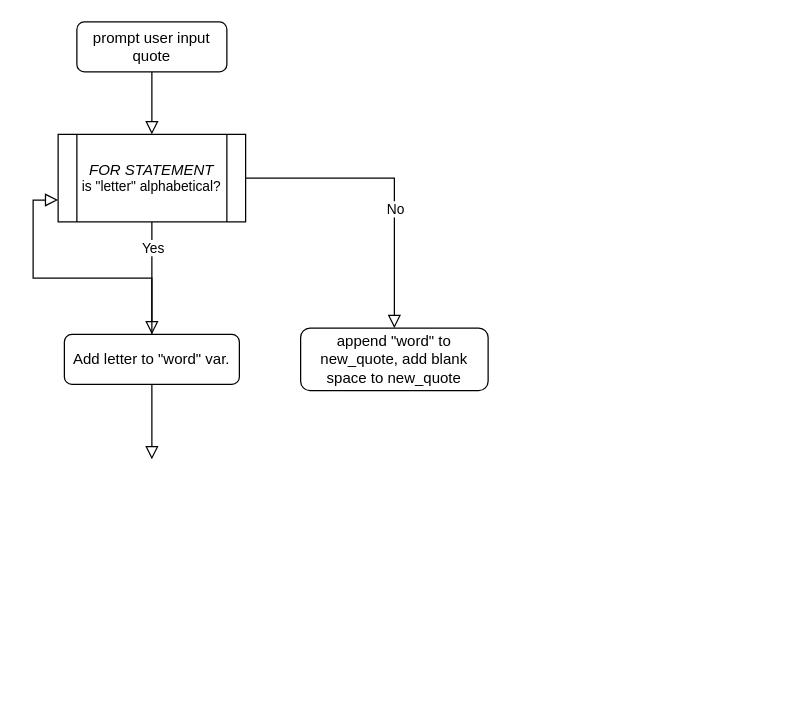
The draw.io diagram 1027 task 7.drawio in bowerbirdblue/bowerbirdblue, before the edit. Source tidied: cells renumbered, new cells numbered last; positions are measured from the earlier drawing's top-left corner, leaving out a move shared by most shapes. Both pictures are drawn from the tidied source at 125%, with x=0, y=0 at pixel (58, 21).
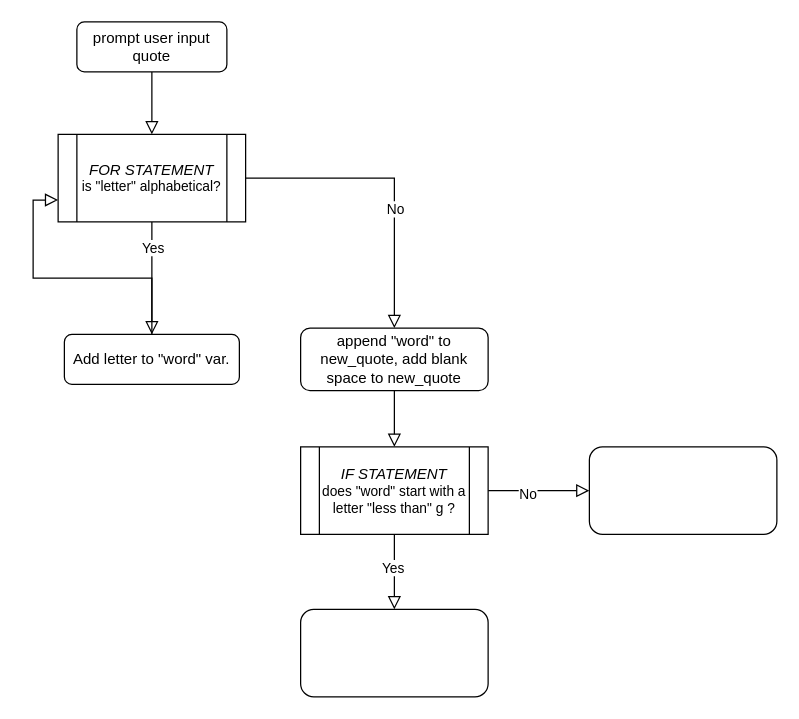
The same diagram, later.

Unchanged cells that the change refers to:
```xml
<mxCell id="4" value="append &quot;word&quot; to new_quote, add blank space to new_quote" style="rounded=1;whiteSpace=wrap;html=1;fontSize=12;glass=0;strokeWidth=1;shadow=0;" parent="1" vertex="1">
  <mxGeometry x="194" y="245" width="150" height="50" as="geometry" />
</mxCell>
<mxCell id="7" value="Add letter to &quot;word&quot; var." style="rounded=1;whiteSpace=wrap;html=1;" parent="1" vertex="1">
  <mxGeometry x="5" y="250" width="140" height="40" as="geometry" />
</mxCell>
```

Change to the diagram source:
```diff
@@
+    <mxCell id="13" style="edgeStyle=orthogonalEdgeStyle;shape=connector;rounded=0;jettySize=auto;html=1;entryX=0.5;entryY=0;entryDx=0;entryDy=0;shadow=0;labelBackgroundColor=none;strokeColor=default;strokeWidth=1;align=center;verticalAlign=middle;fontFamily=Helvetica;fontSize=11;fontColor=default;endArrow=block;endFill=0;endSize=8;" parent="1" edge="1" source="4" target="18">
+      <mxGeometry relative="1" as="geometry" />
+    </mxCell>
@@
-    <mxCell id="5" style="edgeStyle=orthogonalEdgeStyle;shape=connector;rounded=0;jettySize=auto;html=1;shadow=0;labelBackgroundColor=none;strokeColor=default;strokeWidth=1;align=center;verticalAlign=middle;fontFamily=Helvetica;fontSize=11;fontColor=default;endArrow=block;endFill=0;endSize=8;" parent="1" edge="1" source="7">
-      <mxGeometry relative="1" as="geometry">
-        <mxPoint x="75" y="350" as="targetPoint" />
-      </mxGeometry>
-    </mxCell>
@@
+    <mxCell id="14" style="edgeStyle=orthogonalEdgeStyle;shape=connector;rounded=0;jettySize=auto;html=1;entryX=0.5;entryY=0;entryDx=0;entryDy=0;shadow=0;labelBackgroundColor=none;strokeColor=default;strokeWidth=1;align=center;verticalAlign=middle;fontFamily=Helvetica;fontSize=11;fontColor=default;endArrow=block;endFill=0;endSize=8;" parent="1" edge="1" source="18" target="19">
+      <mxGeometry relative="1" as="geometry" />
+    </mxCell>
+    <mxCell id="15" value="Yes" style="edgeLabel;html=1;align=center;verticalAlign=middle;fontSize=11;fontFamily=Helvetica;fontColor=default;" parent="14" vertex="1">
+      <mxGeometry x="-0.14" y="-2" relative="1" as="geometry" />
+    </mxCell>
+    <mxCell id="16" style="edgeStyle=orthogonalEdgeStyle;shape=connector;rounded=0;jettySize=auto;html=1;entryX=0;entryY=0.5;entryDx=0;entryDy=0;shadow=0;labelBackgroundColor=none;strokeColor=default;strokeWidth=1;align=center;verticalAlign=middle;fontFamily=Helvetica;fontSize=11;fontColor=default;endArrow=block;endFill=0;endSize=8;" parent="1" edge="1" source="18" target="20">
+      <mxGeometry relative="1" as="geometry" />
+    </mxCell>
+    <mxCell id="17" value="No" style="edgeLabel;html=1;align=center;verticalAlign=middle;fontSize=11;fontFamily=Helvetica;fontColor=default;" parent="16" vertex="1">
+      <mxGeometry x="-0.23" y="-2" relative="1" as="geometry" />
+    </mxCell>
+    <mxCell id="18" value="&lt;i style=&quot;border-color: var(--border-color); font-size: 12px;&quot;&gt;IF STATEMENT&lt;/i&gt;&lt;br style=&quot;border-color: var(--border-color); font-size: 12px;&quot;&gt;does &quot;word&quot; start with a letter &quot;less than&quot; g ?" style="shape=process;whiteSpace=wrap;html=1;backgroundOutline=1;fontFamily=Helvetica;fontSize=11;fontColor=default;" parent="1" vertex="1">
+      <mxGeometry x="194" y="340" width="150" height="70" as="geometry" />
+    </mxCell>
+    <mxCell id="19" style="rounded=1;whiteSpace=wrap;html=1;fontFamily=Helvetica;fontSize=11;fontColor=default;" parent="1" vertex="1">
+      <mxGeometry x="194" y="470" width="150" height="70" as="geometry" />
+    </mxCell>
+    <mxCell id="20" style="rounded=1;whiteSpace=wrap;html=1;fontFamily=Helvetica;fontSize=11;fontColor=default;" parent="1" vertex="1">
+      <mxGeometry x="425" y="340" width="150" height="70" as="geometry" />
+    </mxCell>
```
